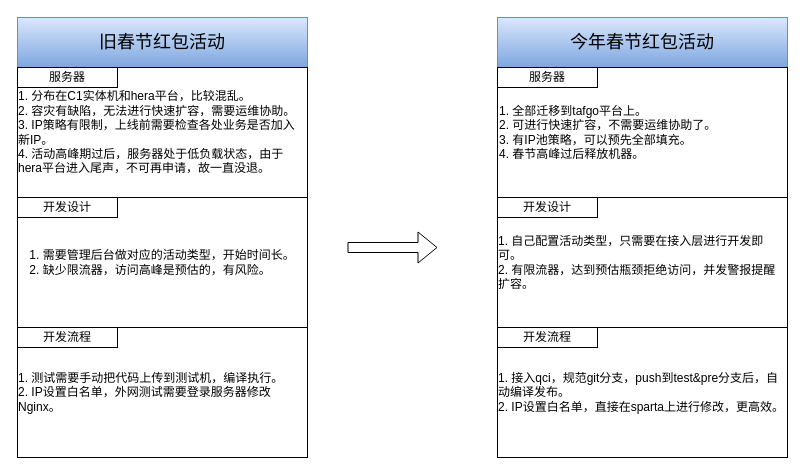
This is 2020春节卡券活动.drawio from SaturnRings/draw, a draw.io file, before an edit. Source tidied: cells renumbered, new cells numbered last; positions are measured from the earlier drawing's top-left corner, leaving out a move shared by most shapes. Both pictures are drawn from the tidied source at 100%, with x=0, y=0 at pixel (17, 17).
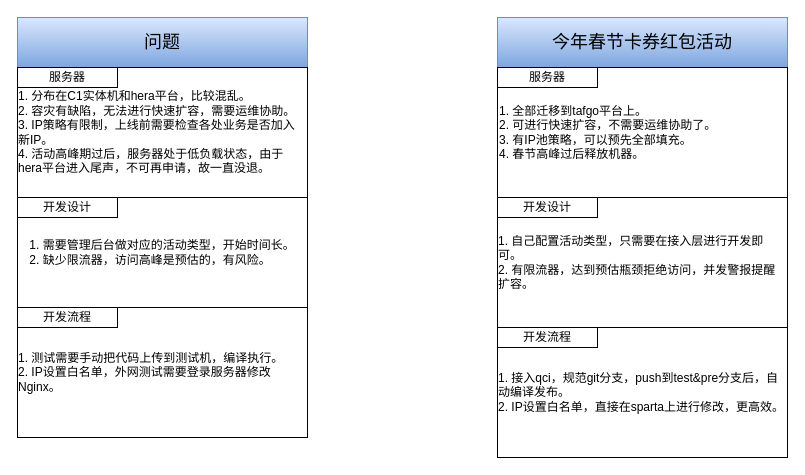
The same page after the edit.

Commit message (it also covers changes not shown here):
Update 2020春节卡券活动.drawio

What changed in the source:
```diff
@@
 <mxGraphModel>
   <root>
     <mxCell id="0" />
     <mxCell id="1" parent="0" />
     <mxCell id="2" value="&lt;div style=&quot;text-align: left&quot;&gt;&lt;span&gt;1. 需要管理后台做对应的活动类型，开始时间长。&lt;/span&gt;&lt;/div&gt;&lt;div style=&quot;text-align: left&quot;&gt;&lt;span&gt;2. 缺少限流器，访问高峰是预估的，有风险。&lt;/span&gt;&lt;/div&gt;" style="rounded=0;whiteSpace=wrap;html=1;" parent="1" vertex="1">
-      <mxGeometry y="180" width="290" height="130" as="geometry" />
+      <mxGeometry y="180" width="290" height="110" as="geometry" />
     </mxCell>
-    <mxCell id="3" value="&lt;font style=&quot;font-size: 18px&quot;&gt;旧春节红包活动&lt;/font&gt;" style="rounded=0;whiteSpace=wrap;html=1;gradientColor=#7ea6e0;fillColor=#dae8fc;strokeColor=#6c8ebf;" parent="1" vertex="1">
+    <mxCell id="3" value="&lt;span style=&quot;font-size: 18px&quot;&gt;问题&lt;/span&gt;" style="rounded=0;whiteSpace=wrap;html=1;gradientColor=#7ea6e0;fillColor=#dae8fc;strokeColor=#6c8ebf;" parent="1" vertex="1">
       <mxGeometry width="290" height="50" as="geometry" />
     </mxCell>
     <mxCell id="4" value="&lt;div style=&quot;text-align: left&quot;&gt;&lt;span&gt;1. 分布在C1实体机和hera平台，比较混乱。&lt;/span&gt;&lt;/div&gt;&lt;div style=&quot;text-align: left&quot;&gt;&lt;span&gt;2. 容灾有缺陷，无法进行快速扩容，需要运维协助。&lt;/span&gt;&lt;/div&gt;&lt;div style=&quot;text-align: left&quot;&gt;&lt;span&gt;3. IP策略有限制，上线前需要检查各处业务是否加入新IP。&lt;/span&gt;&lt;/div&gt;&lt;div style=&quot;text-align: left&quot;&gt;4. 活动高峰期过后，服务器处于低负载状态，由于hera平台进入尾声，不可再申请，故一直没退。&lt;/div&gt;" style="rounded=0;whiteSpace=wrap;html=1;" parent="1" vertex="1">
       <mxGeometry y="50" width="290" height="130" as="geometry" />
     </mxCell>
     <mxCell id="5" value="服务器" style="rounded=0;whiteSpace=wrap;html=1;" parent="1" vertex="1">
       <mxGeometry y="50" width="100" height="20" as="geometry" />
     </mxCell>
     <mxCell id="6" value="&lt;div style=&quot;text-align: left&quot;&gt;&lt;span&gt;1. 测试需要手动把代码上传到测试机，编译执行。&lt;/span&gt;&lt;/div&gt;&lt;div style=&quot;text-align: left&quot;&gt;&lt;span&gt;2. IP设置白名单，外网测试需要登录服务器修改Nginx。&lt;/span&gt;&lt;/div&gt;" style="rounded=0;whiteSpace=wrap;html=1;" parent="1" vertex="1">
-      <mxGeometry y="310" width="290" height="130" as="geometry" />
+      <mxGeometry y="290" width="290" height="130" as="geometry" />
     </mxCell>
     <mxCell id="7" value="开发流程" style="rounded=0;whiteSpace=wrap;html=1;" parent="1" vertex="1">
-      <mxGeometry y="310" width="100" height="20" as="geometry" />
+      <mxGeometry y="290" width="100" height="20" as="geometry" />
     </mxCell>
     <mxCell id="8" value="开发设计" style="rounded=0;whiteSpace=wrap;html=1;" parent="1" vertex="1">
       <mxGeometry y="180" width="100" height="20" as="geometry" />
     </mxCell>
-    <mxCell id="9" style="shape=flexArrow;endArrow=classic;html=1;" parent="1" edge="1">
-      <mxGeometry relative="1" as="geometry">
-        <mxPoint x="330" y="230" as="sourcePoint" />
-        <mxPoint x="420" y="230" as="targetPoint" />
-      </mxGeometry>
-    </mxCell>
     <mxCell id="10" value="&lt;div style=&quot;text-align: left&quot;&gt;&lt;span&gt;1. 自己配置活动类型，只需要在接入层进行开发即可。&lt;/span&gt;&lt;/div&gt;&lt;div style=&quot;text-align: left&quot;&gt;&lt;span&gt;2. 有限流器，达到预估瓶颈拒绝访问，并发警报提醒扩容。&lt;/span&gt;&lt;/div&gt;" style="rounded=0;whiteSpace=wrap;html=1;" parent="1" vertex="1">
       <mxGeometry x="480" y="180" width="290" height="130" as="geometry" />
     </mxCell>
-    <mxCell id="11" value="&lt;font style=&quot;font-size: 18px&quot;&gt;今年春节红包活动&lt;/font&gt;" style="rounded=0;whiteSpace=wrap;html=1;gradientColor=#7ea6e0;fillColor=#dae8fc;strokeColor=#6c8ebf;" parent="1" vertex="1">
+    <mxCell id="11" value="&lt;font style=&quot;font-size: 18px&quot;&gt;今年春节卡券红包活动&lt;/font&gt;" style="rounded=0;whiteSpace=wrap;html=1;gradientColor=#7ea6e0;fillColor=#dae8fc;strokeColor=#6c8ebf;" parent="1" vertex="1">
       <mxGeometry x="480" width="290" height="50" as="geometry" />
     </mxCell>
     <mxCell id="12" value="&lt;div style=&quot;&quot;&gt;&lt;span&gt;1. 全部迁移到tafgo平台上。&lt;/span&gt;&lt;/div&gt;&lt;div style=&quot;&quot;&gt;&lt;span&gt;2. 可进行快速扩容，不需要运维协助了。&lt;/span&gt;&lt;/div&gt;&lt;div style=&quot;&quot;&gt;&lt;span&gt;3. 有IP池策略，可以预先全部填充。&lt;/span&gt;&lt;/div&gt;&lt;div style=&quot;&quot;&gt;4. 春节高峰过后释放机器。&lt;/div&gt;" style="rounded=0;whiteSpace=wrap;html=1;align=left;" parent="1" vertex="1">
       <mxGeometry x="480" y="50" width="290" height="130" as="geometry" />
     </mxCell>
     <mxCell id="13" value="服务器" style="rounded=0;whiteSpace=wrap;html=1;" parent="1" vertex="1">
       <mxGeometry x="480" y="50" width="100" height="20" as="geometry" />
     </mxCell>
     <mxCell id="14" value="&lt;div style=&quot;text-align: left&quot;&gt;&lt;span&gt;1. 接入qci，规范git分支，push到test&amp;amp;pre分支后，自动编译发布。&lt;/span&gt;&lt;/div&gt;&lt;div style=&quot;text-align: left&quot;&gt;&lt;span&gt;2. IP设置白名单，直接在sparta上进行修改，更高效。&lt;/span&gt;&lt;/div&gt;" style="rounded=0;whiteSpace=wrap;html=1;" parent="1" vertex="1">
       <mxGeometry x="480" y="310" width="290" height="130" as="geometry" />
     </mxCell>
     <mxCell id="15" value="开发流程" style="rounded=0;whiteSpace=wrap;html=1;" parent="1" vertex="1">
       <mxGeometry x="480" y="310" width="100" height="20" as="geometry" />
     </mxCell>
     <mxCell id="16" value="开发设计" style="rounded=0;whiteSpace=wrap;html=1;" parent="1" vertex="1">
       <mxGeometry x="480" y="180" width="100" height="20" as="geometry" />
     </mxCell>
   </root>
 </mxGraphModel>
```
